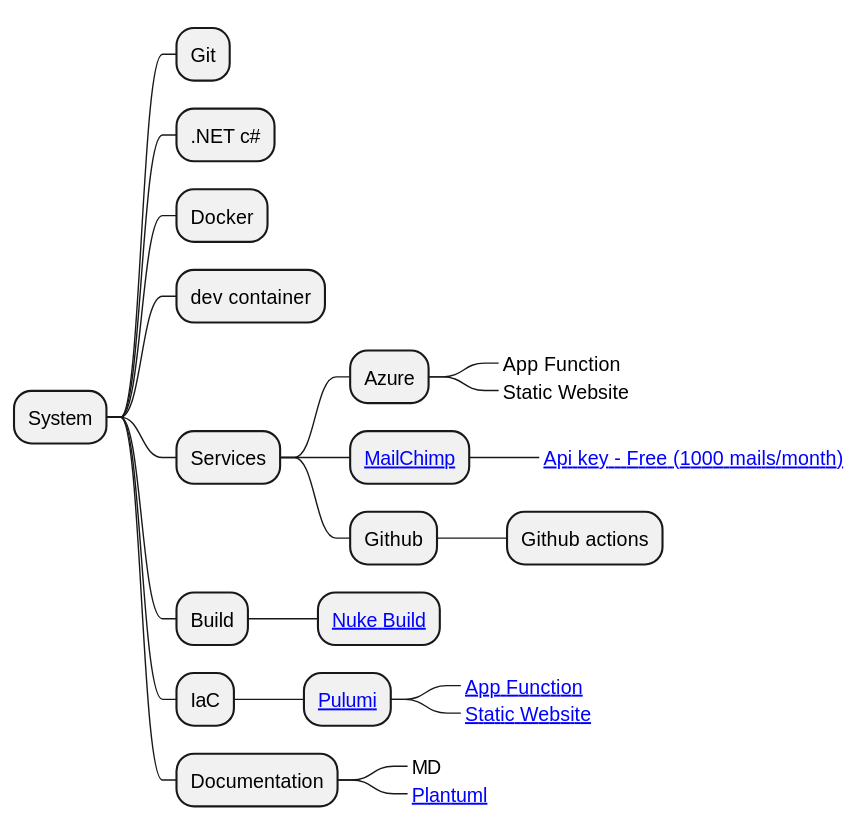
The PlantUML diagram Documentation/System overview.svg in sukkergris/job-application, before a commit.
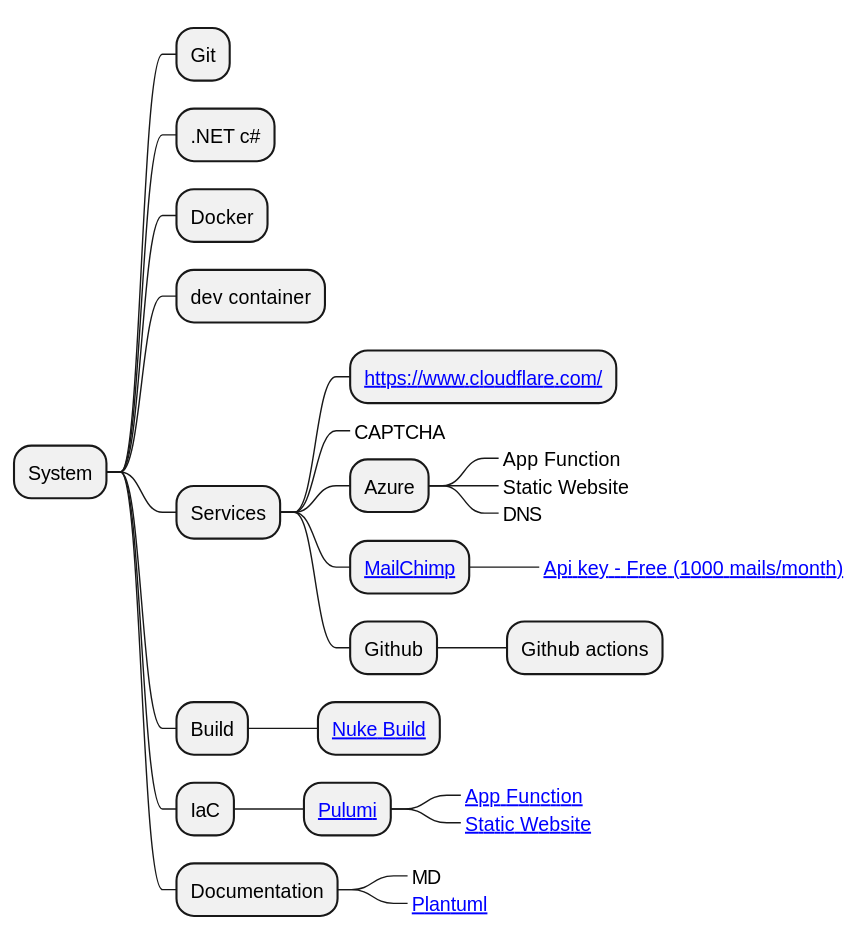
Above is the later version.

Commit message:
Updated sysetem overview with github and deploy

Diff of the diagram source:
```diff
@@ -5,9 +5,12 @@
 ** Docker
 ** dev container
 ** Services
+*** [[CLOUDFLARE https://www.cloudflare.com/]]
+***_ CAPTCHA
 *** Azure
 ****_ App Function
 ****_ Static Website
+****_ DNS
 *** [[https://mailchimp.com MailChimp]]
 ****_ [[https://us8.admin.mailchimp.com/account/client-key/ Api key - Free (1000 mails/month)]]
 *** Github
```
